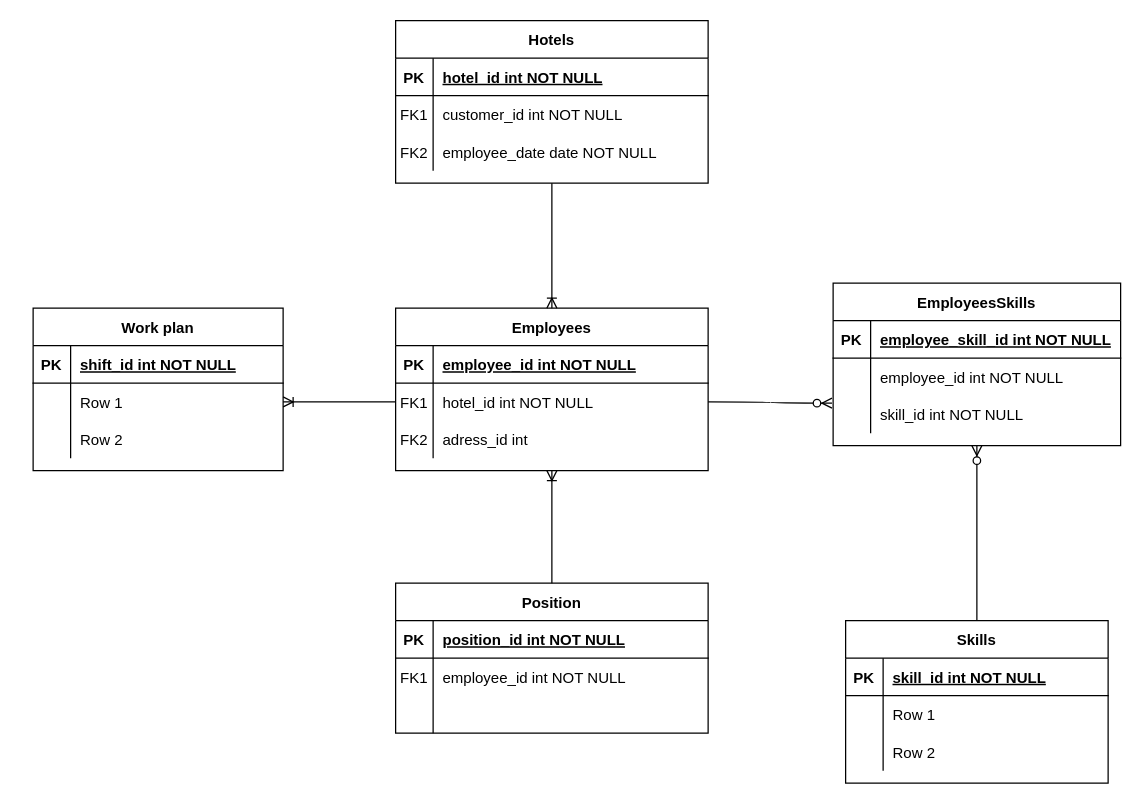
KrzysiekJa/Hotel-Personel-Management-DB-System keeps this draw.io diagram as Untitled Diagram.drawio. Above is the earlier version. Source tidied: cells renumbered, new cells numbered last; positions are measured from the earlier drawing's top-left corner, leaving out a move shared by most shapes. Both pictures are drawn from the tidied source at 125%, with x=0, y=0 at pixel (32, 20).
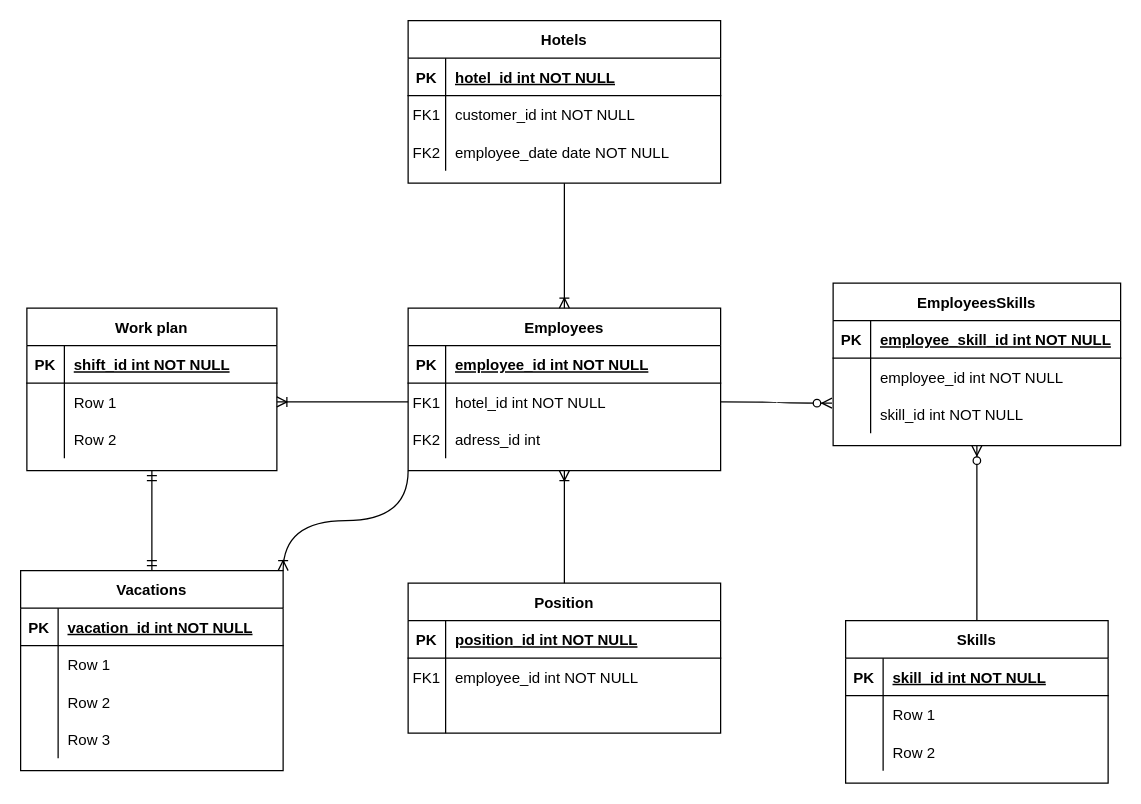
The same page after the edit.

Change to the diagram source:
```diff
@@
     <mxCell id="2" value="Hotels" style="shape=table;startSize=30;childLayout=tableLayout;rowLines=0;fontStyle=1;align=center;" parent="1" vertex="1">
-      <mxGeometry x="290" width="250" height="130" as="geometry" />
+      <mxGeometry x="300" width="250" height="130" as="geometry" />
     </mxCell>
@@
     <mxCell id="12" value="Employees" style="shape=table;startSize=30;childLayout=tableLayout;rowLines=0;fontStyle=1;align=center;" parent="1" vertex="1">
-      <mxGeometry x="290" y="230" width="250" height="130" as="geometry" />
+      <mxGeometry x="300" y="230" width="250" height="130" as="geometry" />
     </mxCell>
@@
     <mxCell id="22" value="Position" style="shape=table;startSize=30;childLayout=tableLayout;rowLines=0;fontStyle=1;align=center;" parent="1" vertex="1">
-      <mxGeometry x="290" y="450" width="250" height="120" as="geometry" />
+      <mxGeometry x="300" y="450" width="250" height="120" as="geometry" />
     </mxCell>
@@
     <mxCell id="56" value="Work plan" style="shape=table;startSize=30;childLayout=tableLayout;rowLines=0;fontStyle=1;align=center;" parent="1" vertex="1">
-      <mxGeometry y="230" width="200" height="130" as="geometry" />
+      <mxGeometry x="-5" y="230" width="200" height="130" as="geometry" />
     </mxCell>
@@
+    <mxCell id="67" value="Vacations" style="shape=table;startSize=30;childLayout=tableLayout;rowLines=0;fontStyle=1;align=center;" parent="1" vertex="1">
+      <mxGeometry x="-10" y="440" width="210" height="160" as="geometry" />
+    </mxCell>
+    <mxCell id="68" style="shape=tableRow;horizontal=0;startSize=0;swimlaneHead=0;swimlaneBody=0;fillColor=none;top=0;left=0;right=0;bottom=1;" parent="67" vertex="1">
+      <mxGeometry y="30" width="210" height="30" as="geometry" />
+    </mxCell>
+    <mxCell id="69" value="PK" style="shape=partialRectangle;fillColor=none;top=0;left=0;bottom=0;right=0;fontStyle=1;overflow=hidden;" parent="68" vertex="1">
+      <mxGeometry width="30" height="30" as="geometry" />
+    </mxCell>
+    <mxCell id="70" value="vacation_id int NOT NULL" style="shape=partialRectangle;fillColor=none;top=0;left=0;bottom=0;right=0;align=left;spacingLeft=6;fontStyle=5;overflow=hidden;" parent="68" vertex="1">
+      <mxGeometry x="30" width="180" height="30" as="geometry" />
+    </mxCell>
+    <mxCell id="71" style="shape=tableRow;horizontal=0;startSize=0;swimlaneHead=0;swimlaneBody=0;fillColor=none;top=0;left=0;right=0;bottom=0;" parent="67" vertex="1">
+      <mxGeometry y="60" width="210" height="30" as="geometry" />
+    </mxCell>
+    <mxCell id="72" style="shape=partialRectangle;fillColor=none;top=0;left=0;bottom=0;right=0;overflow=hidden;" parent="71" vertex="1">
+      <mxGeometry width="30" height="30" as="geometry" />
+    </mxCell>
+    <mxCell id="73" value="Row 1" style="shape=partialRectangle;fillColor=none;top=0;left=0;bottom=0;right=0;align=left;spacingLeft=6;overflow=hidden;" parent="71" vertex="1">
+      <mxGeometry x="30" width="180" height="30" as="geometry" />
+    </mxCell>
+    <mxCell id="74" style="shape=tableRow;horizontal=0;startSize=0;swimlaneHead=0;swimlaneBody=0;fillColor=none;top=0;left=0;right=0;bottom=0;" parent="67" vertex="1">
+      <mxGeometry y="90" width="210" height="30" as="geometry" />
+    </mxCell>
+    <mxCell id="75" style="shape=partialRectangle;fillColor=none;top=0;left=0;bottom=0;right=0;overflow=hidden;" parent="74" vertex="1">
+      <mxGeometry width="30" height="30" as="geometry" />
+    </mxCell>
+    <mxCell id="76" value="Row 2" style="shape=partialRectangle;fillColor=none;top=0;left=0;bottom=0;right=0;align=left;spacingLeft=6;overflow=hidden;" parent="74" vertex="1">
+      <mxGeometry x="30" width="180" height="30" as="geometry" />
+    </mxCell>
+    <mxCell id="77" style="shape=tableRow;horizontal=0;startSize=0;swimlaneHead=0;swimlaneBody=0;fillColor=none;top=0;left=0;right=0;bottom=0;" parent="67" vertex="1">
+      <mxGeometry y="120" width="210" height="30" as="geometry" />
+    </mxCell>
+    <mxCell id="78" style="shape=partialRectangle;fillColor=none;top=0;left=0;bottom=0;right=0;overflow=hidden;" parent="77" vertex="1">
+      <mxGeometry width="30" height="30" as="geometry" />
+    </mxCell>
+    <mxCell id="79" value="Row 3" style="shape=partialRectangle;fillColor=none;top=0;left=0;bottom=0;right=0;align=left;spacingLeft=6;overflow=hidden;" parent="77" vertex="1">
+      <mxGeometry x="30" width="180" height="30" as="geometry" />
+    </mxCell>
+    <mxCell id="80" style="edgeStyle=orthogonalEdgeStyle;fontSize=12;html=1;endArrow=ERoneToMany;rounded=0;entryX=1;entryY=0;entryDx=0;entryDy=0;curved=1;exitX=0;exitY=1;exitDx=0;exitDy=0;" parent="1" edge="1" source="12" target="67">
+      <mxGeometry relative="1" as="geometry" />
+    </mxCell>
+    <mxCell id="81" style="edgeStyle=orthogonalEdgeStyle;fontSize=12;html=1;endArrow=ERmandOne;startArrow=ERmandOne;rounded=0;curved=1;entryX=0.5;entryY=1;entryDx=0;entryDy=0;exitX=0.5;exitY=0;exitDx=0;exitDy=0;" parent="1" edge="1" source="67" target="56">
+      <mxGeometry relative="1" as="geometry" />
+    </mxCell>
```
